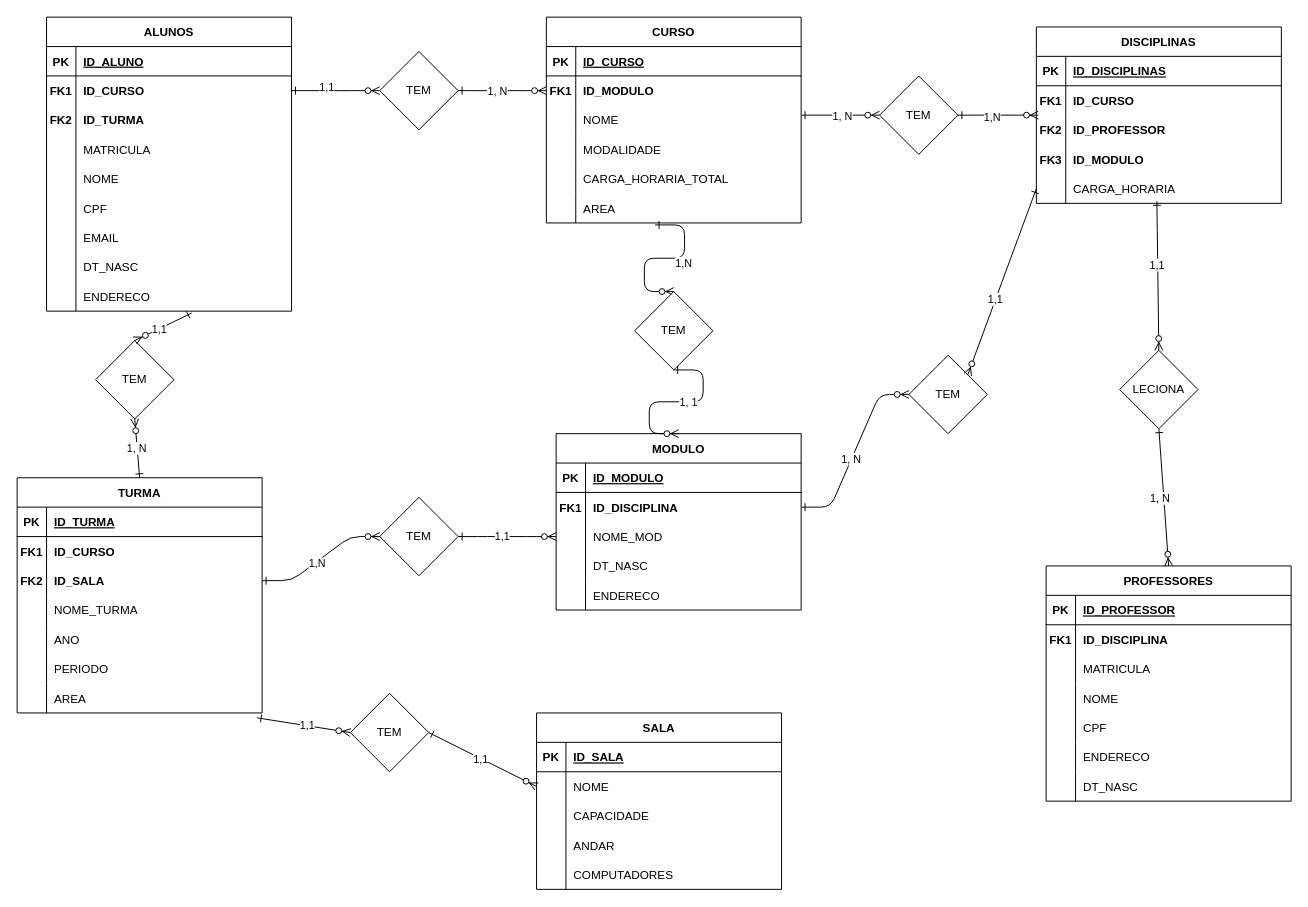
The draw.io diagram Diagrama sem nome.drawio in adrianopspadilha/BDR-W, before the edit. Source tidied: cells renumbered, new cells numbered last; positions are measured from the earlier drawing's top-left corner, leaving out a move shared by most shapes. Both pictures are drawn from the tidied source at 98%, with x=0, y=0 at pixel (17, 17).
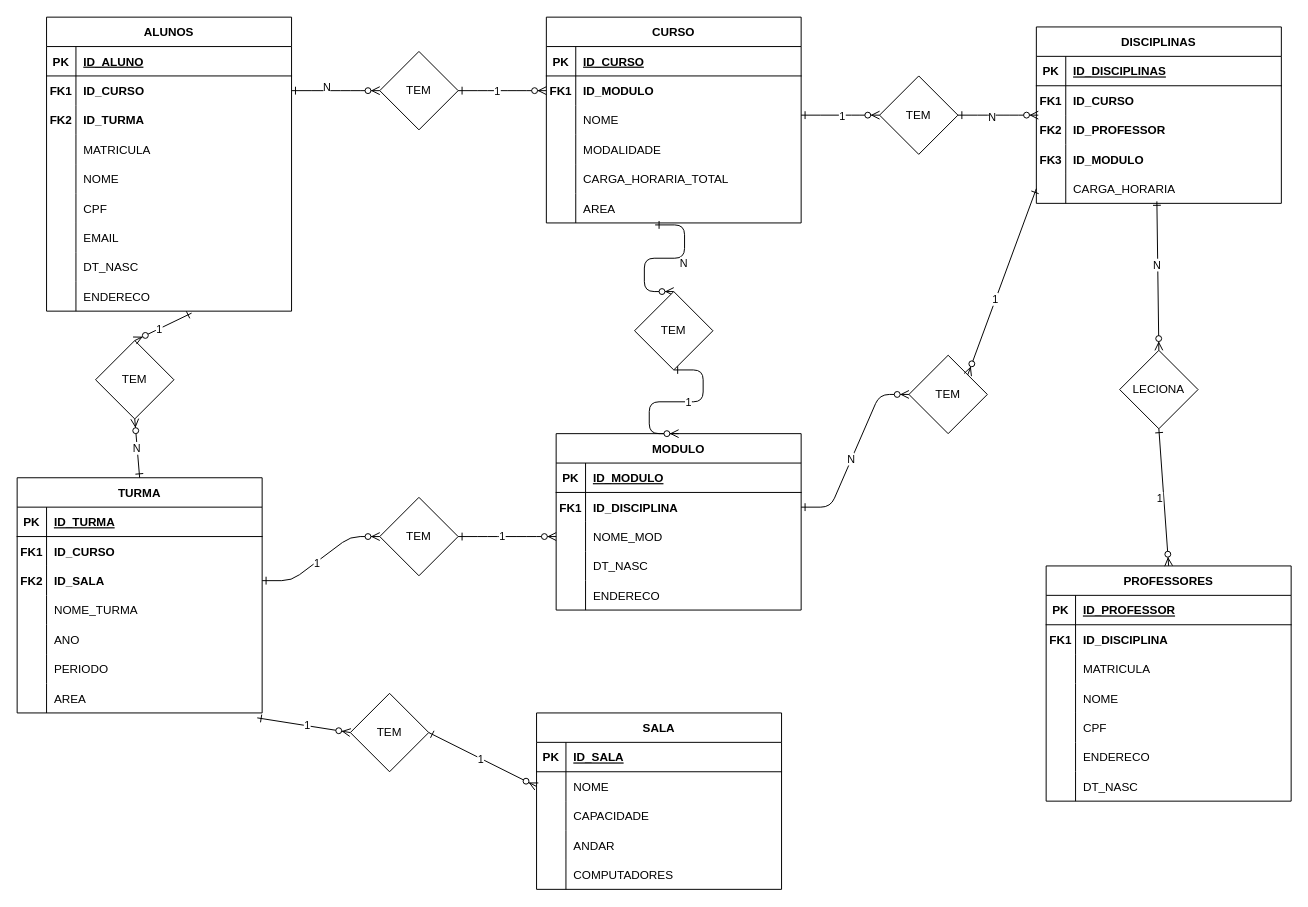
The same diagram, later.

The change refers to these unchanged cells:
```xml
<mxCell id="2" style="edgeStyle=entityRelationEdgeStyle;endArrow=ERzeroToMany;startArrow=ERone;endFill=1;startFill=0;exitX=1;exitY=0.5;exitDx=0;exitDy=0;entryX=0;entryY=0.5;entryDx=0;entryDy=0;" parent="1" edge="1" source="160" target="10">
  <mxGeometry relative="1" as="geometry">
    <Array as="points">
      <mxPoint x="390" y="80" />
    </Array>
  </mxGeometry>
</mxCell>
<mxCell id="4" style="edgeStyle=entityRelationEdgeStyle;endArrow=ERzeroToMany;startArrow=ERone;endFill=1;startFill=0;entryX=0;entryY=0.5;entryDx=0;entryDy=0;" parent="1" edge="1" source="150" target="76">
  <mxGeometry relative="1" as="geometry" />
</mxCell>
<mxCell id="107" style="edgeStyle=entityRelationEdgeStyle;endArrow=ERzeroToMany;startArrow=ERone;endFill=1;startFill=0;entryX=0.008;entryY=0;entryDx=0;entryDy=0;entryPerimeter=0;" parent="1" edge="1" source="147" target="32">
  <mxGeometry relative="1" as="geometry">
    <Array as="points">
      <mxPoint x="790" y="230" />
      <mxPoint x="950" y="140" />
      <mxPoint x="800" y="300" />
      <mxPoint x="840" y="350" />
      <mxPoint x="810" y="300" />
      <mxPoint x="890" y="140" />
      <mxPoint x="830" y="350" />
      <mxPoint x="770" y="410" />
    </Array>
  </mxGeometry>
</mxCell>
<mxCell id="148" style="edgeStyle=entityRelationEdgeStyle;endArrow=ERzeroToMany;startArrow=ERone;endFill=1;startFill=0;entryX=0;entryY=0.5;entryDx=0;entryDy=0;exitX=1;exitY=0.5;exitDx=0;exitDy=0;" parent="1" edge="1" source="92" target="150">
  <mxGeometry relative="1" as="geometry" />
</mxCell>
<mxCell id="151" style="edgeStyle=entityRelationEdgeStyle;endArrow=ERzeroToMany;startArrow=ERone;endFill=1;startFill=0;exitX=1;exitY=0.5;exitDx=0;exitDy=0;entryX=0;entryY=0.5;entryDx=0;entryDy=0;" parent="1" edge="1" source="73" target="153">
  <mxGeometry relative="1" as="geometry" />
</mxCell>
<mxCell id="154" style="endArrow=ERzeroToMany;startArrow=ERone;endFill=1;startFill=0;rounded=0;exitX=0.98;exitY=1.167;exitDx=0;exitDy=0;exitPerimeter=0;entryX=0;entryY=0.5;entryDx=0;entryDy=0;" parent="1" edge="1" source="104" target="156">
  <mxGeometry relative="1" as="geometry" />
</mxCell>
<mxCell id="158" style="edgeStyle=entityRelationEdgeStyle;endArrow=ERzeroToMany;startArrow=ERone;endFill=1;startFill=0;exitX=1;exitY=0.5;exitDx=0;exitDy=0;entryX=0;entryY=0.5;entryDx=0;entryDy=0;" parent="1" edge="1" source="45" target="160">
  <mxGeometry relative="1" as="geometry">
    <Array as="points">
      <mxPoint x="370" y="70" />
    </Array>
  </mxGeometry>
</mxCell>
<mxCell id="161" style="endArrow=ERzeroToMany;startArrow=ERone;endFill=1;startFill=0;entryX=0.5;entryY=0;entryDx=0;entryDy=0;exitX=0.592;exitY=1.067;exitDx=0;exitDy=0;exitPerimeter=0;" parent="1" edge="1" source="66" target="157">
  <mxGeometry relative="1" as="geometry" />
</mxCell>
<mxCell id="163" style="endArrow=ERzeroToMany;startArrow=ERone;endFill=1;startFill=0;entryX=0.5;entryY=1;entryDx=0;entryDy=0;exitX=0.5;exitY=0;exitDx=0;exitDy=0;" parent="1" edge="1" source="85" target="157">
  <mxGeometry relative="1" as="geometry" />
</mxCell>
<mxCell id="166" style="endArrow=ERzeroToMany;startArrow=ERone;endFill=1;startFill=0;rounded=0;entryX=0;entryY=0.5;entryDx=0;entryDy=0;exitX=1;exitY=0.5;exitDx=0;exitDy=0;" parent="1" edge="1" source="156" target="113">
  <mxGeometry relative="1" as="geometry" />
</mxCell>
<mxCell id="168" style="endArrow=ERzeroToMany;startArrow=ERone;endFill=1;startFill=0;rounded=0;exitX=0.492;exitY=0.933;exitDx=0;exitDy=0;exitPerimeter=0;entryX=0.5;entryY=0;entryDx=0;entryDy=0;" parent="1" edge="1" source="38" target="165">
  <mxGeometry relative="1" as="geometry" />
</mxCell>
<mxCell id="170" style="endArrow=ERzeroToMany;startArrow=ERone;endFill=1;startFill=0;rounded=0;exitX=0.5;exitY=1;exitDx=0;exitDy=0;entryX=0.5;entryY=0;entryDx=0;entryDy=0;" parent="1" edge="1" source="165" target="125">
  <mxGeometry relative="1" as="geometry" />
</mxCell>
<mxCell id="172" style="endArrow=ERzeroToMany;startArrow=ERone;endFill=1;startFill=0;rounded=0;entryX=1;entryY=0;entryDx=0;entryDy=0;exitX=0;exitY=0.5;exitDx=0;exitDy=0;" parent="1" edge="1" source="38" target="153">
  <mxGeometry relative="1" as="geometry" />
</mxCell>
<mxCell id="174" style="edgeStyle=entityRelationEdgeStyle;endArrow=ERzeroToMany;startArrow=ERone;endFill=1;startFill=0;entryX=0;entryY=0.5;entryDx=0;entryDy=0;" parent="1" edge="1" target="147">
  <mxGeometry relative="1" as="geometry">
    <mxPoint x="800" y="100" as="sourcePoint" />
    <Array as="points">
      <mxPoint x="780" y="275" />
      <mxPoint x="940" y="255" />
      <mxPoint x="940" y="185" />
      <mxPoint x="790" y="345" />
      <mxPoint x="830" y="395" />
      <mxPoint x="800" y="345" />
      <mxPoint x="880" y="185" />
      <mxPoint x="820" y="395" />
      <mxPoint x="760" y="455" />
    </Array>
  </mxGeometry>
</mxCell>
<mxCell id="178" style="edgeStyle=entityRelationEdgeStyle;endArrow=ERzeroToMany;startArrow=ERone;endFill=1;startFill=0;exitX=0.5;exitY=1;exitDx=0;exitDy=0;entryX=0.5;entryY=0;entryDx=0;entryDy=0;" parent="1" edge="1" source="182" target="69">
  <mxGeometry relative="1" as="geometry">
    <Array as="points">
      <mxPoint x="635" y="275" />
    </Array>
  </mxGeometry>
</mxCell>
<mxCell id="180" style="edgeStyle=entityRelationEdgeStyle;endArrow=ERzeroToMany;startArrow=ERone;endFill=1;startFill=0;exitX=0.427;exitY=1.067;exitDx=0;exitDy=0;entryX=0.5;entryY=0;entryDx=0;entryDy=0;exitPerimeter=0;" parent="1" edge="1" source="22" target="182">
  <mxGeometry relative="1" as="geometry">
    <Array as="points">
      <mxPoint x="615" y="265" />
    </Array>
  </mxGeometry>
</mxCell>
```

What changed in the source:
```diff
@@
-    <mxCell id="3" value="1, N" style="edgeLabel;html=1;align=center;verticalAlign=middle;" parent="2" vertex="1">
+    <mxCell id="3" value="1" style="edgeLabel;html=1;align=center;verticalAlign=middle;" parent="2" vertex="1">
       <mxGeometry x="-0.13" relative="1" as="geometry" />
     </mxCell>
@@
-    <mxCell id="5" value="1,1" style="edgeLabel;html=1;align=center;verticalAlign=middle;" parent="4" vertex="1">
+    <mxCell id="5" value="1" style="edgeLabel;html=1;align=center;verticalAlign=middle;" parent="4" vertex="1">
       <mxGeometry x="-0.13" y="1" relative="1" as="geometry" />
     </mxCell>
@@
-    <mxCell id="108" value="1,N" style="edgeLabel;html=1;align=center;verticalAlign=middle;" parent="107" vertex="1">
+    <mxCell id="108" value="N" style="edgeLabel;html=1;align=center;verticalAlign=middle;" parent="107" vertex="1">
       <mxGeometry x="-0.17" y="-1" relative="1" as="geometry" />
     </mxCell>
@@
-    <mxCell id="149" value="1,N" style="edgeLabel;html=1;align=center;verticalAlign=middle;" parent="148" vertex="1">
+    <mxCell id="149" value="1" style="edgeLabel;html=1;align=center;verticalAlign=middle;" parent="148" vertex="1">
       <mxGeometry x="-0.09" y="-1" relative="1" as="geometry" />
     </mxCell>
@@
-    <mxCell id="152" value="1, N" style="edgeLabel;html=1;align=center;verticalAlign=middle;" parent="151" vertex="1">
+    <mxCell id="152" value="N" style="edgeLabel;html=1;align=center;verticalAlign=middle;" parent="151" vertex="1">
       <mxGeometry x="-0.11" y="1" relative="1" as="geometry" />
     </mxCell>
@@
-    <mxCell id="155" value="1,1" style="edgeLabel;html=1;align=center;verticalAlign=middle;" parent="154" vertex="1">
+    <mxCell id="155" value="1" style="edgeLabel;html=1;align=center;verticalAlign=middle;" parent="154" vertex="1">
       <mxGeometry x="0.07" relative="1" as="geometry" />
     </mxCell>
@@
-    <mxCell id="159" value="1,1" style="edgeLabel;html=1;align=center;verticalAlign=middle;" parent="158" vertex="1">
+    <mxCell id="159" value="N" style="edgeLabel;html=1;align=center;verticalAlign=middle;" parent="158" vertex="1">
       <mxGeometry x="-0.22" y="4" relative="1" as="geometry" />
     </mxCell>
@@
-    <mxCell id="162" value="1,1" style="edgeLabel;html=1;align=center;verticalAlign=middle;" parent="161" vertex="1">
+    <mxCell id="162" value="1" style="edgeLabel;html=1;align=center;verticalAlign=middle;" parent="161" vertex="1">
       <mxGeometry x="0.14" relative="1" as="geometry" />
     </mxCell>
@@
-    <mxCell id="164" value="1, N" style="edgeLabel;html=1;align=center;verticalAlign=middle;" parent="163" vertex="1">
+    <mxCell id="164" value="N" style="edgeLabel;html=1;align=center;verticalAlign=middle;" parent="163" vertex="1">
       <mxGeometry x="0.02" y="1" relative="1" as="geometry" />
     </mxCell>
@@
-    <mxCell id="167" value="1,1" style="edgeLabel;html=1;align=center;verticalAlign=middle;" parent="166" vertex="1">
+    <mxCell id="167" value="1" style="edgeLabel;html=1;align=center;verticalAlign=middle;" parent="166" vertex="1">
       <mxGeometry x="-0.04" y="-1" relative="1" as="geometry" />
     </mxCell>
@@
-    <mxCell id="169" value="1,1" style="edgeLabel;html=1;align=center;verticalAlign=middle;" parent="168" vertex="1">
+    <mxCell id="169" value="N" style="edgeLabel;html=1;align=center;verticalAlign=middle;" parent="168" vertex="1">
       <mxGeometry x="-0.14" y="-1" relative="1" as="geometry" />
     </mxCell>
@@
-    <mxCell id="171" value="1, N" style="edgeLabel;html=1;align=center;verticalAlign=middle;" parent="170" vertex="1">
+    <mxCell id="171" value="1" style="edgeLabel;html=1;align=center;verticalAlign=middle;" parent="170" vertex="1">
       <mxGeometry y="-4" relative="1" as="geometry" />
     </mxCell>
@@
-    <mxCell id="173" value="1,1" style="edgeLabel;html=1;align=center;verticalAlign=middle;" parent="172" vertex="1">
+    <mxCell id="173" value="1" style="edgeLabel;html=1;align=center;verticalAlign=middle;" parent="172" vertex="1">
       <mxGeometry x="0.19" relative="1" as="geometry">
         <mxPoint x="-1" as="offset" />
       </mxGeometry>
     </mxCell>
@@
-    <mxCell id="175" value="1, N" style="edgeLabel;html=1;align=center;verticalAlign=middle;" parent="174" vertex="1">
+    <mxCell id="175" value="1" style="edgeLabel;html=1;align=center;verticalAlign=middle;" parent="174" vertex="1">
       <mxGeometry x="0.03" relative="1" as="geometry" />
     </mxCell>
@@
-    <mxCell id="179" value="1, 1" style="edgeLabel;html=1;align=center;verticalAlign=middle;" parent="178" vertex="1">
+    <mxCell id="179" value="1" style="edgeLabel;html=1;align=center;verticalAlign=middle;" parent="178" vertex="1">
       <mxGeometry x="-0.13" relative="1" as="geometry" />
     </mxCell>
@@
-    <mxCell id="181" value="1,N" style="edgeLabel;html=1;align=center;verticalAlign=middle;" parent="180" vertex="1">
+    <mxCell id="181" value="N" style="edgeLabel;html=1;align=center;verticalAlign=middle;" parent="180" vertex="1">
       <mxGeometry x="-0.22" y="4" relative="1" as="geometry" />
     </mxCell>
```
